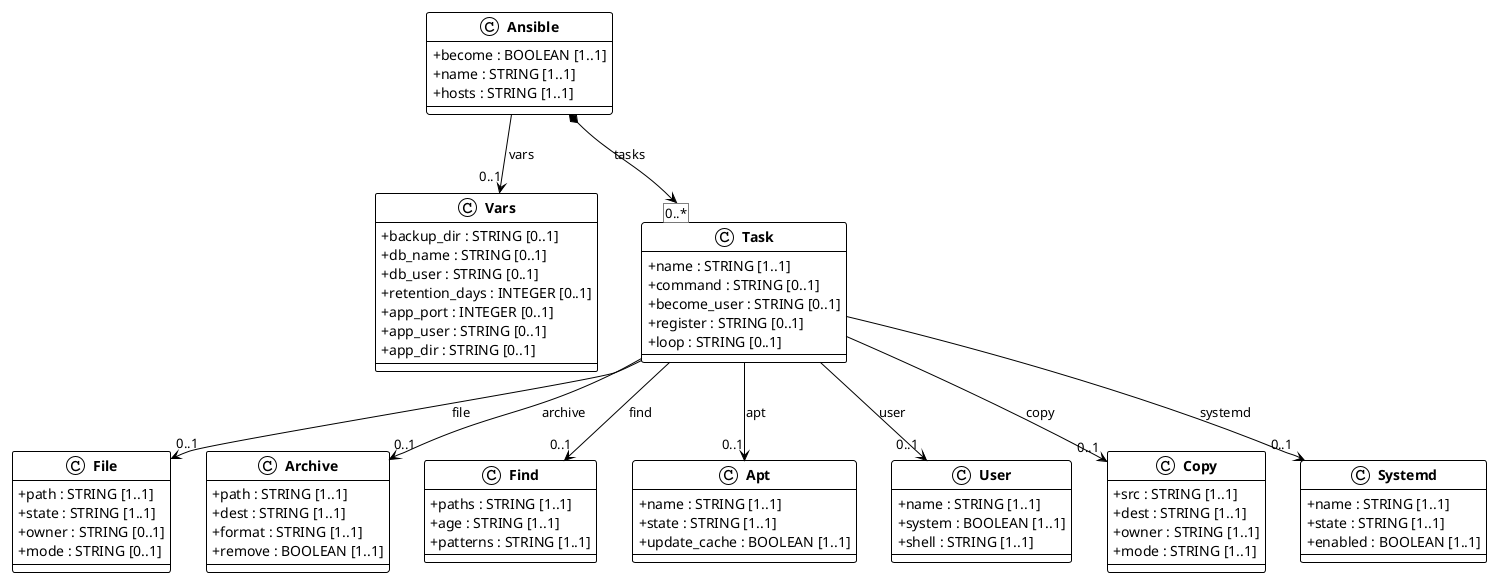
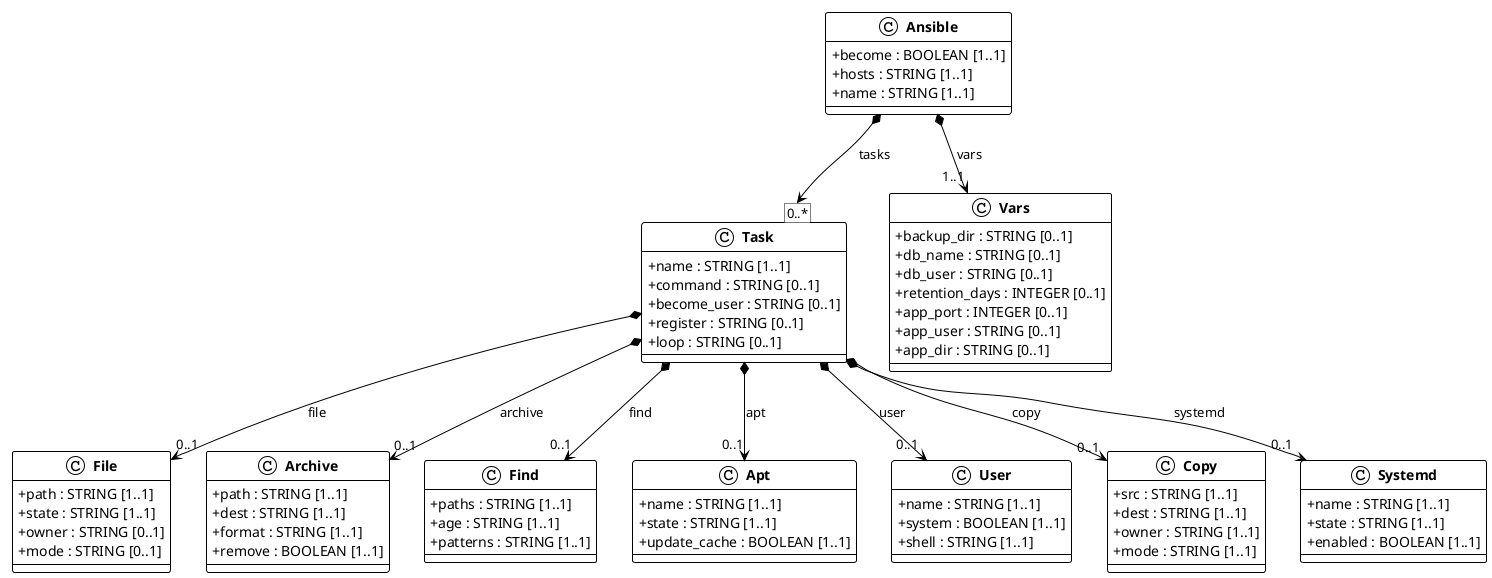
@startuml ansible
!theme plain
skinparam classAttributeIconSize 0
skinparam classFontStyle bold

class Ansible{
  + become : BOOLEAN [1..1]
+   + hosts : STRING [1..1]
  + name : STRING [1..1]
-   + hosts : STRING [1..1]
- }
- 
- class Vars{
-   + backup_dir : STRING [0..1]
-   + db_name : STRING [0..1]
-   + db_user : STRING [0..1]
-   + retention_days : INTEGER [0..1]
-   + app_port : INTEGER [0..1]
-   + app_user : STRING [0..1]
-   + app_dir : STRING [0..1]
}

class Task{
  + name : STRING [1..1]
  + command : STRING [0..1]
  + become_user : STRING [0..1]
  + register : STRING [0..1]
  + loop : STRING [0..1]
}

class File{
  + path : STRING [1..1]
  + state : STRING [1..1]
  + owner : STRING [0..1]
  + mode : STRING [0..1]
}

class Archive{
  + path : STRING [1..1]
  + dest : STRING [1..1]
  + format : STRING [1..1]
  + remove : BOOLEAN [1..1]
}

class Find{
  + paths : STRING [1..1]
  + age : STRING [1..1]
  + patterns : STRING [1..1]
}

+ class Vars{
+   + backup_dir : STRING [0..1]
+   + db_name : STRING [0..1]
+   + db_user : STRING [0..1]
+   + retention_days : INTEGER [0..1]
+   + app_port : INTEGER [0..1]
+   + app_user : STRING [0..1]
+   + app_dir : STRING [0..1]
+ }
+ 
class Apt{
  + name : STRING [1..1]
  + state : STRING [1..1]
  + update_cache : BOOLEAN [1..1]
}

class User{
  + name : STRING [1..1]
  + system : BOOLEAN [1..1]
  + shell : STRING [1..1]
}

class Copy{
  + src : STRING [1..1]
  + dest : STRING [1..1]
  + owner : STRING [1..1]
  + mode : STRING [1..1]
}

class Systemd{
  + name : STRING [1..1]
  + state : STRING [1..1]
  + enabled : BOOLEAN [1..1]
}

- Ansible --> "0..1" Vars : vars
Ansible *--> [0..*] Task : tasks
- Task --> "0..1" File : file
- Task --> "0..1" Archive : archive
- Task --> "0..1" Find : find
- Task --> "0..1" Apt : apt
- Task --> "0..1" User : user
- Task --> "0..1" Copy : copy
- Task --> "0..1" Systemd : systemd
+ Ansible *--> "1..1" Vars : vars
+ Task *--> "0..1" File : file
+ Task *--> "0..1" Archive : archive
+ Task *--> "0..1" Find : find
+ Task *--> "0..1" Apt : apt
+ Task *--> "0..1" User : user
+ Task *--> "0..1" Copy : copy
+ Task *--> "0..1" Systemd : systemd

@enduml
